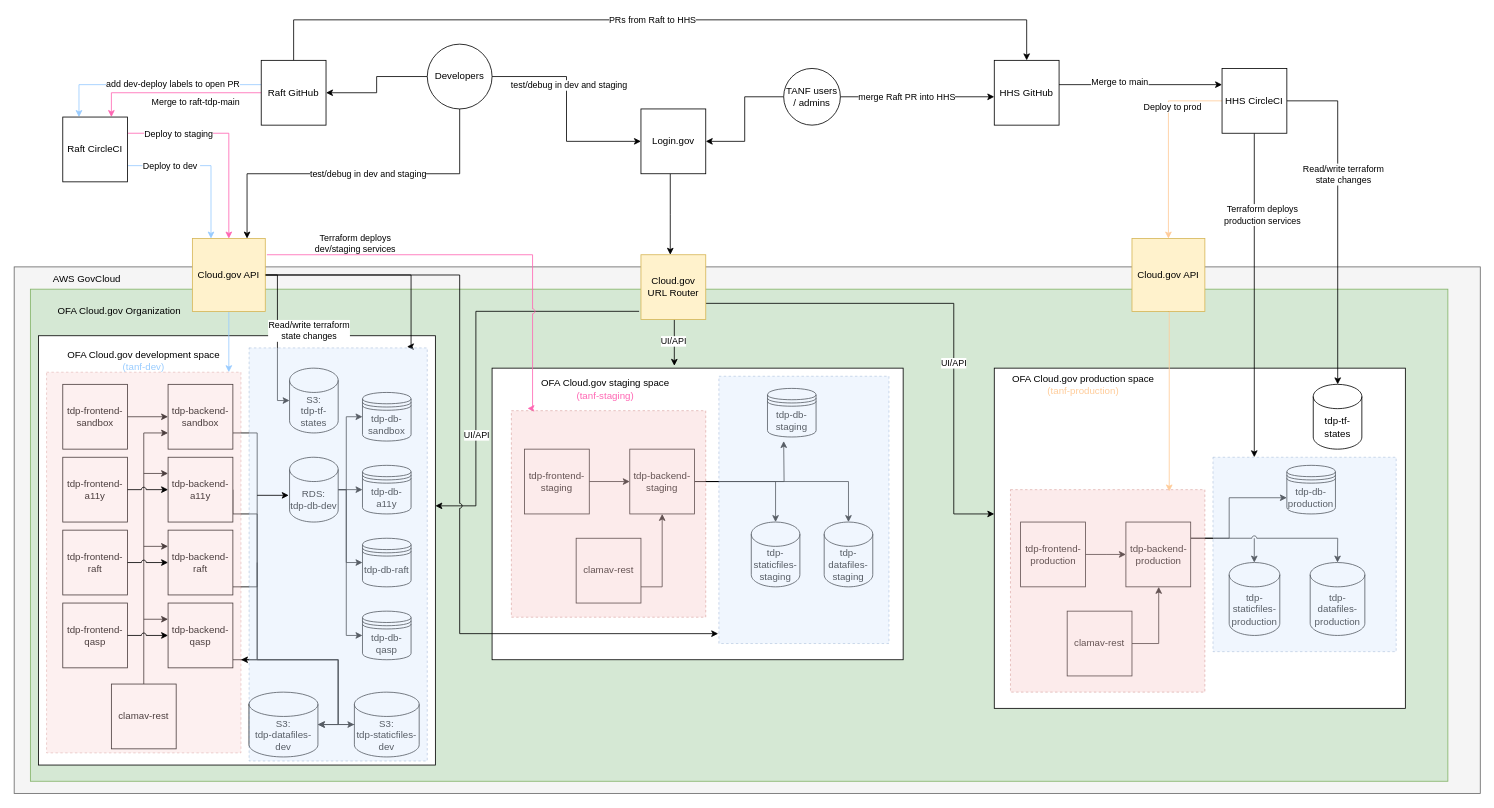
The draw.io diagram docs/Technical-Documentation/diagrams/tdp-environments.drawio in HHS/TANF-app, before the edit. Source tidied: cells renumbered, new cells numbered last; positions are measured from the earlier drawing's top-left corner, leaving out a move shared by most shapes. Both pictures are drawn from the tidied source at 81%, with x=0, y=0 at pixel (14, 19).
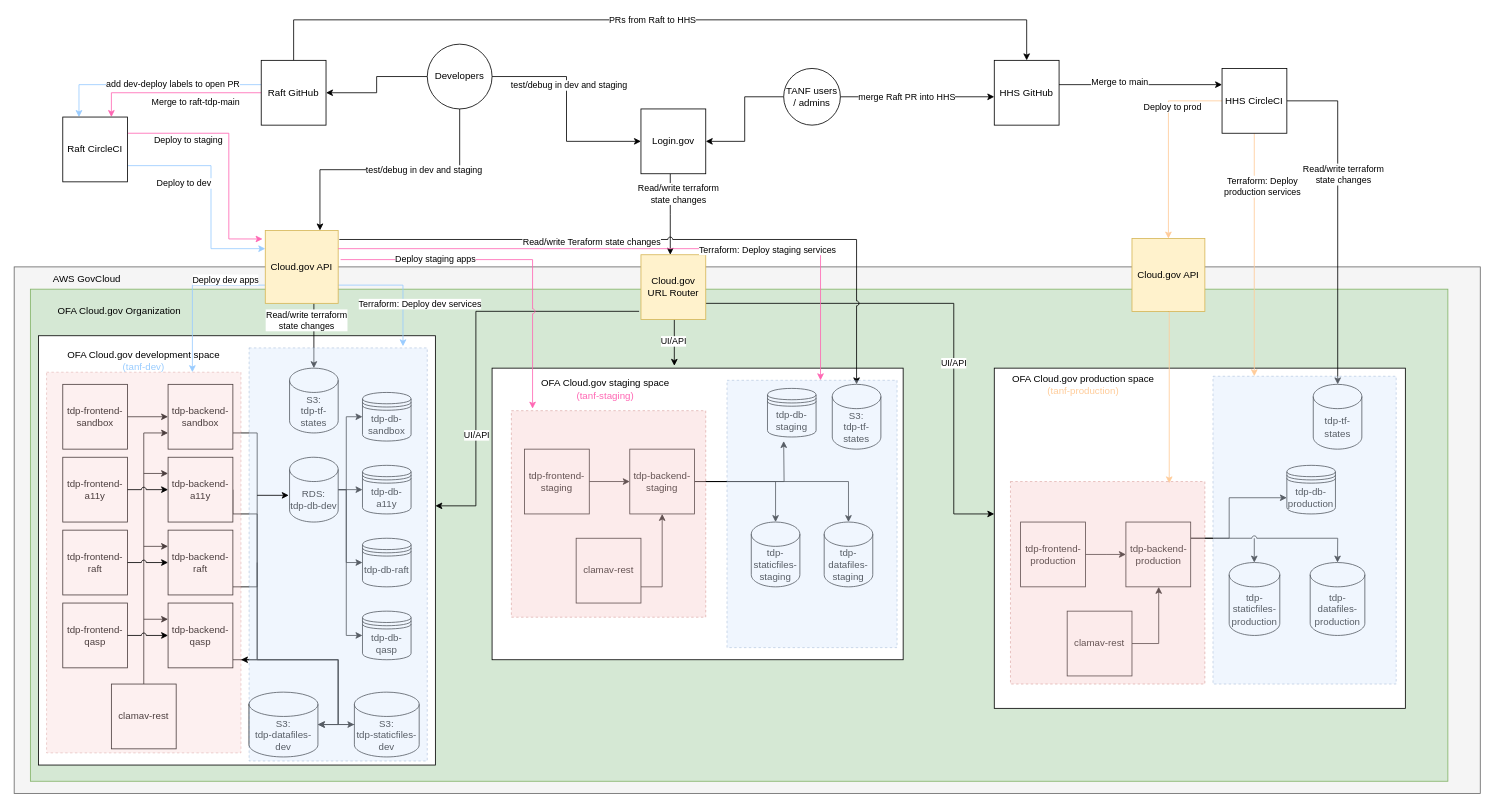
Above is the later version.

Commit message (it also covers changes not shown here):
docs: update tdp-environments diagrams

The change refers to these unchanged cells:
```xml
<mxCell id="25" value="Raft CircleCI" style="whiteSpace=wrap;html=1;" parent="1" vertex="1">
  <mxGeometry x="60" y="120" width="80" height="80" as="geometry" />
</mxCell>
<mxCell id="32" style="edgeStyle=elbowEdgeStyle;rounded=0;jettySize=auto;html=1;startArrow=none;startFill=0;endArrow=classic;endFill=1;" parent="1" edge="1" source="37" target="84">
  <mxGeometry relative="1" as="geometry" />
</mxCell>
<mxCell id="101" value="HHS CircleCI" style="whiteSpace=wrap;html=1;" parent="1" vertex="1">
  <mxGeometry x="1491.2" y="60" width="80" height="80" as="geometry" />
</mxCell>
<mxCell id="118" style="rounded=0;whiteSpace=wrap;html=1;dashed=1;fillColor=#f8cecc;strokeColor=#b85450;opacity=30;" parent="1" vertex="1">
  <mxGeometry x="40" y="435" width="240" height="470" as="geometry" />
</mxCell>
<mxCell id="119" style="rounded=0;whiteSpace=wrap;html=1;dashed=1;fillColor=#f8cecc;strokeColor=#b85450;opacity=40;" parent="1" vertex="1">
  <mxGeometry x="613.8" y="482.5" width="240" height="255" as="geometry" />
</mxCell>
<mxCell id="128" style="rounded=0;whiteSpace=wrap;html=1;dashed=1;fillColor=#dae8fc;strokeColor=#6c8ebf;opacity=40;" parent="1" vertex="1">
  <mxGeometry x="290" y="405" width="220" height="510" as="geometry" />
</mxCell>
```

Diff of the diagram source:
```diff
@@
-    <mxCell id="21" style="edgeStyle=orthogonalEdgeStyle;rounded=0;jettySize=auto;html=1;exitX=1;exitY=0.25;exitDx=0;exitDy=0;entryX=0.5;entryY=0;entryDx=0;entryDy=0;strokeColor=#FF66B3;" parent="1" edge="1" source="25" target="37">
+    <mxCell id="21" style="edgeStyle=orthogonalEdgeStyle;rounded=0;jettySize=auto;html=1;exitX=1;exitY=0.25;exitDx=0;exitDy=0;entryX=-0.037;entryY=0.117;entryDx=0;entryDy=0;strokeColor=#FF66B3;entryPerimeter=0;" parent="1" edge="1" source="25" target="37">
       <mxGeometry relative="1" as="geometry">
         <Array as="points">
           <mxPoint x="265" y="140" />
+          <mxPoint x="265" y="271" />
         </Array>
       </mxGeometry>
     </mxCell>
@@
-    <mxCell id="23" style="edgeStyle=elbowEdgeStyle;rounded=0;jumpStyle=arc;jettySize=auto;html=1;startArrow=none;startFill=0;endArrow=classic;endFill=1;exitX=1;exitY=0.75;exitDx=0;exitDy=0;strokeColor=#99CCFF;entryX=0.25;entryY=0;entryDx=0;entryDy=0;" parent="1" edge="1" source="25" target="37">
+    <mxCell id="23" style="edgeStyle=elbowEdgeStyle;rounded=0;jumpStyle=arc;jettySize=auto;html=1;startArrow=none;startFill=0;endArrow=classic;endFill=1;exitX=1;exitY=0.75;exitDx=0;exitDy=0;strokeColor=#99CCFF;entryX=0;entryY=0.25;entryDx=0;entryDy=0;" parent="1" edge="1" source="25" target="37">
       <mxGeometry relative="1" as="geometry">
         <Array as="points">
           <mxPoint x="243" y="260" />
           <mxPoint x="243" y="270" />
           <mxPoint x="240" y="240" />
           <mxPoint x="250" y="260" />
           <mxPoint x="250" y="220" />
         </Array>
       </mxGeometry>
     </mxCell>
@@
     <mxCell id="33" value="Read/write terraform&lt;br&gt;state changes" style="edgeLabel;html=1;align=center;verticalAlign=middle;" parent="32" vertex="1">
       <mxGeometry x="-0.2" relative="1" as="geometry">
-        <mxPoint x="38" y="9" as="offset" />
+        <mxPoint x="-10" y="-12" as="offset" />
       </mxGeometry>
     </mxCell>
-    <mxCell id="34" style="edgeStyle=elbowEdgeStyle;rounded=0;jettySize=auto;html=1;entryX=0.886;entryY=-0.003;entryDx=0;entryDy=0;startArrow=none;startFill=0;endArrow=classic;endFill=1;entryPerimeter=0;" parent="1" edge="1" source="37" target="128">
+    <mxCell id="34" style="edgeStyle=elbowEdgeStyle;rounded=0;jettySize=auto;html=1;startArrow=none;startFill=0;endArrow=classic;endFill=1;exitX=1;exitY=0.75;exitDx=0;exitDy=0;strokeColor=#99CCFF;" parent="1" edge="1" source="37">
       <mxGeometry relative="1" as="geometry">
+        <mxPoint x="480" y="403" as="targetPoint" />
         <Array as="points">
-          <mxPoint x="490" y="400" />
+          <mxPoint x="480" y="350" />
         </Array>
       </mxGeometry>
     </mxCell>
-    <mxCell id="35" value="Terraform deploys&lt;br&gt;dev/staging services" style="edgeLabel;html=1;align=center;verticalAlign=middle;" parent="34" vertex="1">
-      <mxGeometry x="0.37" y="-1" relative="1" as="geometry">
-        <mxPoint x="-69" y="-47" as="offset" />
-      </mxGeometry>
-    </mxCell>
+    <mxCell id="130" value="Terraform: Deploy dev services" style="edgeLabel;html=1;align=center;verticalAlign=middle;" parent="34" vertex="1">
+      <mxGeometry x="-0.35" y="4" relative="1" as="geometry">
+        <mxPoint x="49" y="27" as="offset" />
+      </mxGeometry>
+    </mxCell>
-    <mxCell id="36" style="edgeStyle=elbowEdgeStyle;rounded=0;jumpStyle=arc;jettySize=auto;html=1;startArrow=none;startFill=0;endArrow=classic;endFill=1;strokeColor=#99CCFF;exitX=0.5;exitY=1;exitDx=0;exitDy=0;" parent="1" edge="1" source="37" target="118">
-      <mxGeometry relative="1" as="geometry" />
+    <mxCell id="36" style="edgeStyle=elbowEdgeStyle;rounded=0;jumpStyle=arc;jettySize=auto;html=1;startArrow=none;startFill=0;endArrow=classic;endFill=1;strokeColor=#99CCFF;exitX=0;exitY=0.75;exitDx=0;exitDy=0;entryX=0.75;entryY=0;entryDx=0;entryDy=0;" parent="1" edge="1" source="37" target="118">
+      <mxGeometry relative="1" as="geometry">
+        <Array as="points">
+          <mxPoint x="220" y="320" />
+          <mxPoint x="330" y="360" />
+        </Array>
+      </mxGeometry>
     </mxCell>
+    <mxCell id="131" value="Deploy dev apps" style="edgeLabel;html=1;align=center;verticalAlign=middle;" parent="36" vertex="1">
+      <mxGeometry x="-0.3" y="-1" relative="1" as="geometry">
+        <mxPoint x="19" y="-6" as="offset" />
+      </mxGeometry>
+    </mxCell>
     <mxCell id="37" value="Cloud.gov API" style="whiteSpace=wrap;html=1;fillColor=#fff2cc;strokeColor=#d6b656;" parent="1" vertex="1">
-      <mxGeometry x="220" y="270" width="90" height="90" as="geometry" />
+      <mxGeometry x="310" y="260" width="90" height="90" as="geometry" />
     </mxCell>
@@
-    <mxCell id="85" style="edgeStyle=elbowEdgeStyle;rounded=0;jettySize=auto;html=1;startArrow=none;startFill=0;endArrow=classic;endFill=1;jumpStyle=arc;entryX=-0.004;entryY=0.963;entryDx=0;entryDy=0;entryPerimeter=0;" parent="1" edge="1" source="37" target="108">
-      <mxGeometry relative="1" as="geometry">
-        <Array as="points">
-          <mxPoint x="550" y="740" />
-          <mxPoint x="970" y="380" />
-        </Array>
-      </mxGeometry>
-    </mxCell>
@@
-    <mxCell id="88" style="edgeStyle=elbowEdgeStyle;rounded=0;jumpStyle=arc;jettySize=auto;html=1;entryX=0.083;entryY=-0.011;entryDx=0;entryDy=0;startArrow=none;startFill=0;endArrow=classic;endFill=1;entryPerimeter=0;strokeColor=#FF66B3;" parent="1" edge="1" target="119">
+    <mxCell id="88" style="edgeStyle=elbowEdgeStyle;rounded=0;jumpStyle=arc;orthogonalLoop=1;jettySize=auto;html=1;startArrow=none;startFill=0;endArrow=classic;endFill=1;strokeColor=#FF66B3;" parent="1" edge="1">
       <mxGeometry relative="1" as="geometry">
-        <mxPoint x="312" y="290" as="sourcePoint" />
+        <mxPoint x="403" y="296" as="sourcePoint" />
+        <mxPoint x="640" y="480" as="targetPoint" />
         <Array as="points">
           <mxPoint x="640" y="390" />
           <mxPoint x="640" y="410" />
         </Array>
       </mxGeometry>
     </mxCell>
+    <mxCell id="132" value="Deploy staging apps" style="edgeLabel;html=1;align=center;verticalAlign=middle;" parent="88" vertex="1">
+      <mxGeometry x="-0.45" y="2" relative="1" as="geometry" />
+    </mxCell>
@@
-    <mxCell id="99" style="edgeStyle=elbowEdgeStyle;rounded=0;jumpStyle=arc;jettySize=auto;html=1;startArrow=none;startFill=0;endArrow=classic;endFill=1;strokeColor=#000000;" parent="1" edge="1" source="101" target="113">
+    <mxCell id="99" style="edgeStyle=elbowEdgeStyle;rounded=0;jumpStyle=arc;jettySize=auto;html=1;startArrow=none;startFill=0;endArrow=classic;endFill=1;strokeColor=#FFCC99;" parent="1" edge="1" source="101" target="113">
       <mxGeometry relative="1" as="geometry" />
     </mxCell>
-    <mxCell id="100" value="Terraform deploys&lt;br&gt;production services" style="edgeLabel;html=1;align=center;verticalAlign=middle;" parent="99" vertex="1">
+    <mxCell id="100" value="Terraform: Deploy&lt;br&gt;production services" style="edgeLabel;html=1;align=center;verticalAlign=middle;" parent="99" vertex="1">
       <mxGeometry x="-0.3" y="-1" relative="1" as="geometry">
         <mxPoint x="10" y="-40" as="offset" />
       </mxGeometry>
     </mxCell>
@@
-    <mxCell id="108" style="rounded=0;whiteSpace=wrap;html=1;dashed=1;fillColor=#dae8fc;strokeColor=#6c8ebf;opacity=40;" parent="1" vertex="1">
-      <mxGeometry x="870" y="440" width="210" height="330" as="geometry" />
-    </mxCell>
@@
     <mxCell id="113" style="rounded=0;whiteSpace=wrap;html=1;dashed=1;fillColor=#dae8fc;strokeColor=#6c8ebf;opacity=40;" parent="1" vertex="1">
-      <mxGeometry x="1480" y="540" width="226.2" height="240" as="geometry" />
+      <mxGeometry x="1480" y="440" width="226.2" height="380" as="geometry" />
     </mxCell>
@@
     <mxCell id="123" style="rounded=0;whiteSpace=wrap;html=1;dashed=1;fillColor=#f8cecc;strokeColor=#b85450;opacity=40;" parent="1" vertex="1">
-      <mxGeometry x="1230" y="580" width="240" height="250" as="geometry" />
+      <mxGeometry x="1230" y="570" width="240" height="250" as="geometry" />
     </mxCell>
@@
+    <mxCell id="133" value="S3:&lt;br&gt;tdp-tf-states" style="shape=cylinder3;whiteSpace=wrap;html=1;boundedLbl=1;backgroundOutline=1;size=15;" parent="1" vertex="1">
+      <mxGeometry x="1010" y="450" width="60" height="80" as="geometry" />
+    </mxCell>
@@
+    <mxCell id="134" style="edgeStyle=elbowEdgeStyle;rounded=0;jumpStyle=arc;jettySize=auto;html=1;startArrow=none;startFill=0;endArrow=classic;endFill=1;strokeColor=#000000;exitX=1.016;exitY=0.124;exitDx=0;exitDy=0;exitPerimeter=0;entryX=0.5;entryY=0;entryDx=0;entryDy=0;entryPerimeter=0;" parent="1" edge="1" source="37" target="133">
+      <mxGeometry relative="1" as="geometry">
+        <Array as="points">
+          <mxPoint x="1040" y="260" />
+          <mxPoint x="732.8" y="400" />
+        </Array>
+      </mxGeometry>
+    </mxCell>
+    <mxCell id="135" value="Read/write terraform&lt;br&gt;state changes" style="edgeLabel;html=1;align=center;verticalAlign=middle;" parent="134" vertex="1">
+      <mxGeometry x="0.01" y="1" relative="1" as="geometry">
+        <mxPoint x="5" y="-56" as="offset" />
+      </mxGeometry>
+    </mxCell>
+    <mxCell id="136" value="Read/write Teraform state changes" style="edgeLabel;html=1;align=center;verticalAlign=middle;" parent="134" vertex="1">
+      <mxGeometry x="-0.54" y="-2" relative="1" as="geometry">
+        <mxPoint x="123" as="offset" />
+      </mxGeometry>
+    </mxCell>
+    <mxCell id="108" style="rounded=0;whiteSpace=wrap;html=1;dashed=1;fillColor=#dae8fc;strokeColor=#6c8ebf;opacity=40;" parent="1" vertex="1">
+      <mxGeometry x="880" y="445" width="210" height="330" as="geometry" />
+    </mxCell>
+    <mxCell id="85" style="edgeStyle=orthogonalEdgeStyle;rounded=0;jettySize=auto;html=1;exitX=1;exitY=0.25;exitDx=0;exitDy=0;strokeColor=#FF66B3;entryX=0.55;entryY=0;entryDx=0;entryDy=0;entryPerimeter=0;" parent="1" edge="1" source="37" target="108">
+      <mxGeometry relative="1" as="geometry" />
+    </mxCell>
+    <mxCell id="137" value="Terraform: Deploy staging services" style="edgeLabel;html=1;align=center;verticalAlign=middle;" parent="85" vertex="1">
+      <mxGeometry x="0.37" y="-1" relative="1" as="geometry">
+        <mxPoint x="10" as="offset" />
+      </mxGeometry>
+    </mxCell>
```
